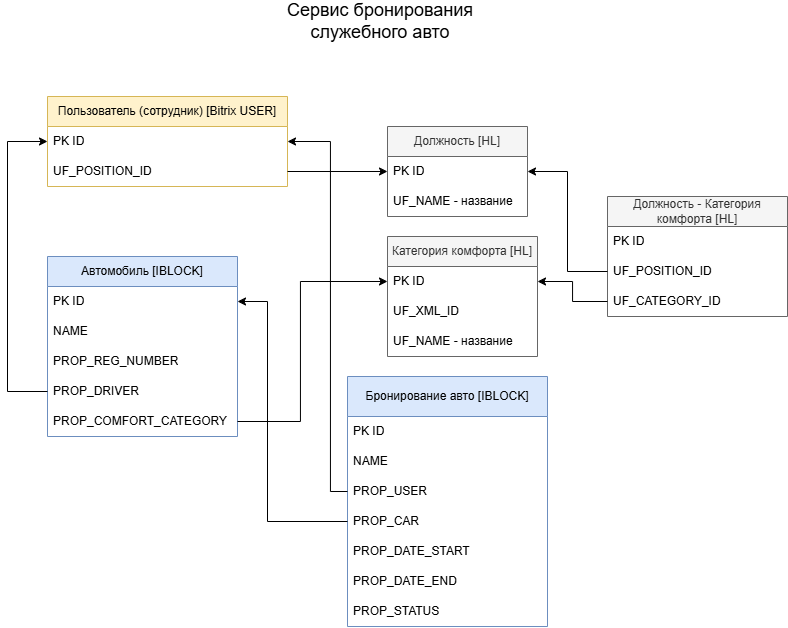
Earlier version of the draw.io export only_test_task.drawio.png (AlexeyZykin/OnlyTest). Source tidied: cells renumbered, new cells last; positions are measured from the earlier drawing's top-left corner, leaving out a move shared by most shapes.
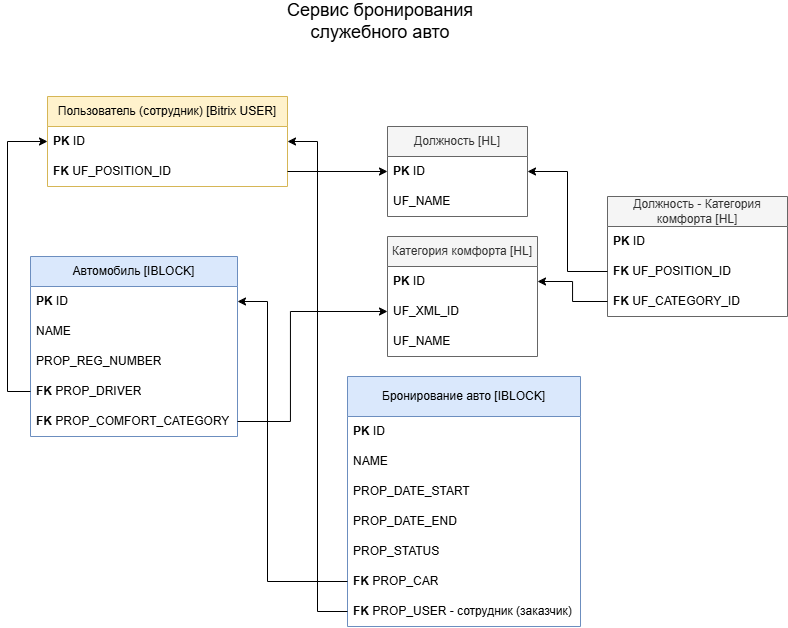
The same diagram one commit later.

Diff of the diagram source:
```diff
@@ -5,86 +5,86 @@
     <mxCell id="2" value="Пользователь (сотрудник) [Bitrix USER]" style="swimlane;fontStyle=0;horizontal=1;startSize=30;whiteSpace=wrap;html=1;fillColor=#fff2cc;strokeColor=#d6b656;" parent="1" vertex="1">
       <mxGeometry x="40" y="90" width="240" height="90" as="geometry" />
     </mxCell>
-    <mxCell id="3" value="PK ID" style="text;strokeColor=none;fillColor=none;align=left;verticalAlign=middle;spacingLeft=4;spacingRight=4;overflow=hidden;points=[[0,0.5],[1,0.5]];portConstraint=eastwest;whiteSpace=wrap;html=1;" parent="2" vertex="1">
+    <mxCell id="3" value="&lt;b&gt;PK&lt;/b&gt; ID" style="text;strokeColor=none;fillColor=none;align=left;verticalAlign=middle;spacingLeft=4;spacingRight=4;overflow=hidden;points=[[0,0.5],[1,0.5]];portConstraint=eastwest;whiteSpace=wrap;html=1;" parent="2" vertex="1">
       <mxGeometry y="30" width="240" height="30" as="geometry" />
     </mxCell>
-    <mxCell id="4" value="UF_POSITION_ID" style="text;strokeColor=none;fillColor=none;align=left;verticalAlign=middle;spacingLeft=4;spacingRight=4;overflow=hidden;points=[[0,0.5],[1,0.5]];portConstraint=eastwest;whiteSpace=wrap;html=1;" parent="2" vertex="1">
+    <mxCell id="4" value="&lt;b&gt;FK&lt;/b&gt; UF_POSITION_ID" style="text;strokeColor=none;fillColor=none;align=left;verticalAlign=middle;spacingLeft=4;spacingRight=4;overflow=hidden;points=[[0,0.5],[1,0.5]];portConstraint=eastwest;whiteSpace=wrap;html=1;" parent="2" vertex="1">
       <mxGeometry y="60" width="240" height="30" as="geometry" />
     </mxCell>
     <mxCell id="5" value="Должность [HL]" style="swimlane;fontStyle=0;horizontal=1;startSize=30;whiteSpace=wrap;html=1;fillColor=#f5f5f5;fontColor=#333333;strokeColor=#666666;" parent="1" vertex="1">
       <mxGeometry x="380" y="120" width="140" height="90" as="geometry" />
     </mxCell>
-    <mxCell id="6" value="PK ID" style="text;align=left;verticalAlign=middle;spacingLeft=4;spacingRight=4;overflow=hidden;points=[[0,0.5],[1,0.5]];portConstraint=eastwest;whiteSpace=wrap;html=1;" parent="5" vertex="1">
+    <mxCell id="6" value="&lt;b&gt;PK&lt;/b&gt; ID" style="text;align=left;verticalAlign=middle;spacingLeft=4;spacingRight=4;overflow=hidden;points=[[0,0.5],[1,0.5]];portConstraint=eastwest;whiteSpace=wrap;html=1;" parent="5" vertex="1">
       <mxGeometry y="30" width="140" height="30" as="geometry" />
     </mxCell>
-    <mxCell id="7" value="UF_NAME - название" style="text;align=left;verticalAlign=middle;spacingLeft=4;spacingRight=4;overflow=hidden;whiteSpace=wrap;html=1;" parent="5" vertex="1">
+    <mxCell id="7" value="UF_NAME&amp;nbsp;" style="text;align=left;verticalAlign=middle;spacingLeft=4;spacingRight=4;overflow=hidden;whiteSpace=wrap;html=1;" parent="5" vertex="1">
       <mxGeometry y="60" width="140" height="30" as="geometry" />
     </mxCell>
     <mxCell id="8" value="Категория комфорта [HL]" style="swimlane;fontStyle=0;horizontal=1;startSize=30;whiteSpace=wrap;html=1;fillColor=#f5f5f5;fontColor=#333333;strokeColor=#666666;" parent="1" vertex="1">
       <mxGeometry x="380" y="230" width="150" height="120" as="geometry" />
     </mxCell>
-    <mxCell id="9" value="PK ID" style="text;align=left;verticalAlign=middle;spacingLeft=4;spacingRight=4;overflow=hidden;points=[[0,0.5],[1,0.5]];portConstraint=eastwest;whiteSpace=wrap;html=1;" parent="8" vertex="1">
+    <mxCell id="9" value="&lt;b&gt;PK&lt;/b&gt; ID" style="text;align=left;verticalAlign=middle;spacingLeft=4;spacingRight=4;overflow=hidden;points=[[0,0.5],[1,0.5]];portConstraint=eastwest;whiteSpace=wrap;html=1;" parent="8" vertex="1">
       <mxGeometry y="30" width="150" height="30" as="geometry" />
     </mxCell>
     <mxCell id="10" value="UF_XML_ID" style="text;align=left;verticalAlign=middle;spacingLeft=4;spacingRight=4;overflow=hidden;points=[[0,0.5],[1,0.5]];portConstraint=eastwest;whiteSpace=wrap;html=1;" parent="8" vertex="1">
       <mxGeometry y="60" width="150" height="30" as="geometry" />
     </mxCell>
-    <mxCell id="11" value="UF_NAME - название" style="text;align=left;verticalAlign=middle;spacingLeft=4;spacingRight=4;overflow=hidden;whiteSpace=wrap;html=1;" parent="8" vertex="1">
+    <mxCell id="11" value="UF_NAME" style="text;align=left;verticalAlign=middle;spacingLeft=4;spacingRight=4;overflow=hidden;whiteSpace=wrap;html=1;" parent="8" vertex="1">
       <mxGeometry y="90" width="150" height="30" as="geometry" />
     </mxCell>
     <mxCell id="12" value="Должность - Категория комфорта [HL]" style="swimlane;fontStyle=0;horizontal=1;startSize=30;whiteSpace=wrap;html=1;fillColor=#f5f5f5;fontColor=#333333;strokeColor=#666666;" parent="1" vertex="1">
       <mxGeometry x="600" y="190" width="180" height="120" as="geometry" />
     </mxCell>
-    <mxCell id="13" value="PK ID" style="text;align=left;verticalAlign=middle;spacingLeft=4;spacingRight=4;overflow=hidden;whiteSpace=wrap;html=1;" parent="12" vertex="1">
+    <mxCell id="13" value="&lt;b&gt;PK&lt;/b&gt; ID" style="text;align=left;verticalAlign=middle;spacingLeft=4;spacingRight=4;overflow=hidden;whiteSpace=wrap;html=1;" parent="12" vertex="1">
       <mxGeometry y="30" width="180" height="30" as="geometry" />
     </mxCell>
-    <mxCell id="14" value="UF_POSITION_ID" style="text;align=left;verticalAlign=middle;spacingLeft=4;spacingRight=4;overflow=hidden;points=[[0,0.5],[1,0.5]];portConstraint=eastwest;whiteSpace=wrap;html=1;" parent="12" vertex="1">
+    <mxCell id="14" value="&lt;b&gt;FK &lt;/b&gt;UF_POSITION_ID" style="text;align=left;verticalAlign=middle;spacingLeft=4;spacingRight=4;overflow=hidden;points=[[0,0.5],[1,0.5]];portConstraint=eastwest;whiteSpace=wrap;html=1;" parent="12" vertex="1">
       <mxGeometry y="60" width="180" height="30" as="geometry" />
     </mxCell>
-    <mxCell id="15" value="UF_CATEGORY_ID" style="text;align=left;verticalAlign=middle;spacingLeft=4;spacingRight=4;overflow=hidden;points=[[0,0.5],[1,0.5]];portConstraint=eastwest;whiteSpace=wrap;html=1;" parent="12" vertex="1">
+    <mxCell id="15" value="&lt;b&gt;FK &lt;/b&gt;UF_CATEGORY_ID" style="text;align=left;verticalAlign=middle;spacingLeft=4;spacingRight=4;overflow=hidden;points=[[0,0.5],[1,0.5]];portConstraint=eastwest;whiteSpace=wrap;html=1;" parent="12" vertex="1">
       <mxGeometry y="90" width="180" height="30" as="geometry" />
     </mxCell>
     <mxCell id="16" value="Бронирование авто [IBLOCK]" style="swimlane;fontStyle=0;horizontal=1;startSize=40;whiteSpace=wrap;html=1;fillColor=#dae8fc;strokeColor=#6c8ebf;" parent="1" vertex="1">
-      <mxGeometry x="340" y="370" width="200" height="250" as="geometry" />
+      <mxGeometry x="340" y="370" width="233" height="250" as="geometry" />
     </mxCell>
-    <mxCell id="17" value="PK ID" style="text;strokeColor=none;fillColor=none;align=left;verticalAlign=middle;spacingLeft=4;spacingRight=4;overflow=hidden;whiteSpace=wrap;html=1;" parent="16" vertex="1">
-      <mxGeometry y="40" width="200" height="30" as="geometry" />
+    <mxCell id="17" value="&lt;b&gt;PK &lt;/b&gt;ID" style="text;strokeColor=none;fillColor=none;align=left;verticalAlign=middle;spacingLeft=4;spacingRight=4;overflow=hidden;whiteSpace=wrap;html=1;" parent="16" vertex="1">
+      <mxGeometry y="40" width="233" height="30" as="geometry" />
     </mxCell>
     <mxCell id="18" value="NAME" style="text;strokeColor=none;fillColor=none;align=left;verticalAlign=middle;spacingLeft=4;spacingRight=4;overflow=hidden;whiteSpace=wrap;html=1;" parent="16" vertex="1">
-      <mxGeometry y="70" width="200" height="30" as="geometry" />
+      <mxGeometry y="70" width="233" height="30" as="geometry" />
     </mxCell>
-    <mxCell id="19" value="PROP_USER" style="text;strokeColor=none;fillColor=none;align=left;verticalAlign=middle;spacingLeft=4;spacingRight=4;overflow=hidden;points=[[0,0.5],[1,0.5]];portConstraint=eastwest;whiteSpace=wrap;html=1;" parent="16" vertex="1">
-      <mxGeometry y="100" width="200" height="30" as="geometry" />
-    </mxCell>
-    <mxCell id="20" value="PROP_CAR" style="text;strokeColor=none;fillColor=none;align=left;verticalAlign=middle;spacingLeft=4;spacingRight=4;overflow=hidden;points=[[0,0.5],[1,0.5]];portConstraint=eastwest;whiteSpace=wrap;html=1;" parent="16" vertex="1">
-      <mxGeometry y="130" width="200" height="30" as="geometry" />
-    </mxCell>
     <mxCell id="21" value="PROP_DATE_START" style="text;strokeColor=none;fillColor=none;align=left;verticalAlign=middle;spacingLeft=4;spacingRight=4;overflow=hidden;whiteSpace=wrap;html=1;" parent="16" vertex="1">
-      <mxGeometry y="160" width="200" height="30" as="geometry" />
+      <mxGeometry y="100" width="233" height="30" as="geometry" />
     </mxCell>
     <mxCell id="22" value="PROP_DATE_END" style="text;strokeColor=none;fillColor=none;align=left;verticalAlign=middle;spacingLeft=4;spacingRight=4;overflow=hidden;whiteSpace=wrap;html=1;" parent="16" vertex="1">
-      <mxGeometry y="190" width="200" height="30" as="geometry" />
+      <mxGeometry y="130" width="233" height="30" as="geometry" />
     </mxCell>
-    <mxCell id="23" value="PROP_STATUS" style="text;strokeColor=none;fillColor=none;align=left;verticalAlign=middle;spacingLeft=4;spacingRight=4;overflow=hidden;whiteSpace=wrap;html=1;" parent="16" vertex="1">
-      <mxGeometry y="220" width="200" height="30" as="geometry" />
+    <mxCell id="23" value="PROP_STATUS&amp;nbsp;" style="text;strokeColor=none;fillColor=none;align=left;verticalAlign=middle;spacingLeft=4;spacingRight=4;overflow=hidden;whiteSpace=wrap;html=1;" parent="16" vertex="1">
+      <mxGeometry y="160" width="233" height="30" as="geometry" />
     </mxCell>
+    <mxCell id="20" value="&lt;b&gt;FK &lt;/b&gt;PROP_CAR" style="text;strokeColor=none;fillColor=none;align=left;verticalAlign=middle;spacingLeft=4;spacingRight=4;overflow=hidden;points=[[0,0.5],[1,0.5]];portConstraint=eastwest;whiteSpace=wrap;html=1;" parent="16" vertex="1">
+      <mxGeometry y="190" width="233" height="30" as="geometry" />
+    </mxCell>
+    <mxCell id="38" value="&lt;b&gt;FK&lt;/b&gt; PROP_USER - сотрудник (заказчик)" style="text;strokeColor=none;fillColor=none;align=left;verticalAlign=middle;spacingLeft=4;spacingRight=4;overflow=hidden;points=[[0,0.5],[1,0.5]];portConstraint=eastwest;whiteSpace=wrap;html=1;" parent="16" vertex="1">
+      <mxGeometry y="220" width="233" height="30" as="geometry" />
+    </mxCell>
     <mxCell id="24" value="Автомобиль [IBLOCK]" style="swimlane;fontStyle=0;horizontal=1;startSize=30;whiteSpace=wrap;html=1;fillColor=#dae8fc;strokeColor=#6c8ebf;" parent="1" vertex="1">
-      <mxGeometry x="40" y="250" width="190" height="180" as="geometry" />
+      <mxGeometry x="23" y="250" width="207" height="180" as="geometry" />
     </mxCell>
-    <mxCell id="25" value="PK ID" style="text;strokeColor=none;fillColor=none;align=left;verticalAlign=middle;spacingLeft=4;spacingRight=4;overflow=hidden;points=[[0,0.5],[1,0.5]];portConstraint=eastwest;whiteSpace=wrap;html=1;" parent="24" vertex="1">
-      <mxGeometry y="30" width="190" height="30" as="geometry" />
+    <mxCell id="25" value="&lt;b&gt;PK&lt;/b&gt; ID" style="text;strokeColor=none;fillColor=none;align=left;verticalAlign=middle;spacingLeft=4;spacingRight=4;overflow=hidden;points=[[0,0.5],[1,0.5]];portConstraint=eastwest;whiteSpace=wrap;html=1;" parent="24" vertex="1">
+      <mxGeometry y="30" width="207" height="30" as="geometry" />
     </mxCell>
     <mxCell id="26" value="NAME" style="text;strokeColor=none;fillColor=none;align=left;verticalAlign=middle;spacingLeft=4;spacingRight=4;overflow=hidden;whiteSpace=wrap;html=1;" parent="24" vertex="1">
-      <mxGeometry y="60" width="190" height="30" as="geometry" />
+      <mxGeometry y="60" width="207" height="30" as="geometry" />
     </mxCell>
     <mxCell id="27" value="PROP_REG_NUMBER" style="text;strokeColor=none;fillColor=none;align=left;verticalAlign=middle;spacingLeft=4;spacingRight=4;overflow=hidden;whiteSpace=wrap;html=1;" parent="24" vertex="1">
-      <mxGeometry y="90" width="190" height="30" as="geometry" />
+      <mxGeometry y="90" width="207" height="30" as="geometry" />
     </mxCell>
-    <mxCell id="28" value="PROP_DRIVER" style="text;strokeColor=none;fillColor=none;align=left;verticalAlign=middle;spacingLeft=4;spacingRight=4;overflow=hidden;points=[[0,0.5],[1,0.5]];portConstraint=eastwest;whiteSpace=wrap;html=1;" parent="24" vertex="1">
-      <mxGeometry y="120" width="190" height="30" as="geometry" />
+    <mxCell id="28" value="&lt;b&gt;FK&lt;/b&gt; PROP_DRIVER" style="text;strokeColor=none;fillColor=none;align=left;verticalAlign=middle;spacingLeft=4;spacingRight=4;overflow=hidden;points=[[0,0.5],[1,0.5]];portConstraint=eastwest;whiteSpace=wrap;html=1;" parent="24" vertex="1">
+      <mxGeometry y="120" width="207" height="30" as="geometry" />
     </mxCell>
-    <mxCell id="29" value="PROP_COMFORT_CATEGORY" style="text;strokeColor=none;fillColor=none;align=left;verticalAlign=middle;spacingLeft=4;spacingRight=4;overflow=hidden;points=[[0,0.5],[1,0.5]];portConstraint=eastwest;whiteSpace=wrap;html=1;" parent="24" vertex="1">
-      <mxGeometry y="150" width="190" height="30" as="geometry" />
+    <mxCell id="29" value="&lt;b&gt;FK&lt;/b&gt; PROP_COMFORT_CATEGORY" style="text;strokeColor=none;fillColor=none;align=left;verticalAlign=middle;spacingLeft=4;spacingRight=4;overflow=hidden;points=[[0,0.5],[1,0.5]];portConstraint=eastwest;whiteSpace=wrap;html=1;" parent="24" vertex="1">
+      <mxGeometry y="150" width="207" height="30" as="geometry" />
     </mxCell>
     <mxCell id="30" style="edgeStyle=orthogonalEdgeStyle;rounded=0;jettySize=auto;html=1;exitX=1;exitY=0.5;exitDx=0;exitDy=0;entryX=0;entryY=0.5;entryDx=0;entryDy=0;" parent="1" edge="1" source="4" target="6">
       <mxGeometry relative="1" as="geometry" />
@@ -103,26 +103,10 @@
         </Array>
       </mxGeometry>
     </mxCell>
-    <mxCell id="34" style="edgeStyle=orthogonalEdgeStyle;rounded=0;jettySize=auto;html=1;exitX=1;exitY=0.5;exitDx=0;exitDy=0;" parent="1" edge="1" source="29" target="9">
-      <mxGeometry relative="1" as="geometry">
-        <Array as="points">
-          <mxPoint x="293" y="415" />
-          <mxPoint x="293" y="275" />
-        </Array>
-      </mxGeometry>
-    </mxCell>
-    <mxCell id="35" style="edgeStyle=orthogonalEdgeStyle;rounded=0;jettySize=auto;html=1;exitX=0;exitY=0.5;exitDx=0;exitDy=0;entryX=1;entryY=0.5;entryDx=0;entryDy=0;" parent="1" edge="1" source="19" target="3">
-      <mxGeometry relative="1" as="geometry">
-        <Array as="points">
-          <mxPoint x="323" y="485" />
-          <mxPoint x="323" y="135" />
-        </Array>
-      </mxGeometry>
-    </mxCell>
     <mxCell id="36" style="edgeStyle=orthogonalEdgeStyle;rounded=0;jettySize=auto;html=1;exitX=0;exitY=0.5;exitDx=0;exitDy=0;entryX=1;entryY=0.5;entryDx=0;entryDy=0;" parent="1" edge="1" source="20" target="25">
       <mxGeometry relative="1" as="geometry">
         <Array as="points">
-          <mxPoint x="260" y="515" />
+          <mxPoint x="260" y="575" />
           <mxPoint x="260" y="295" />
         </Array>
       </mxGeometry>
@@ -130,5 +114,16 @@
     <mxCell id="37" value="&lt;font style=&quot;font-size: 18px;&quot;&gt;Cервис бронирования служебного авто&lt;/font&gt;" style="text;html=1;whiteSpace=wrap;strokeColor=none;fillColor=none;align=center;verticalAlign=middle;rounded=0;" parent="1" vertex="1">
       <mxGeometry x="253" width="240" height="30" as="geometry" />
     </mxCell>
+    <mxCell id="39" style="edgeStyle=orthogonalEdgeStyle;rounded=0;jettySize=auto;html=1;exitX=0;exitY=0.5;exitDx=0;exitDy=0;entryX=1;entryY=0.5;entryDx=0;entryDy=0;" parent="1" edge="1" source="38" target="3">
+      <mxGeometry relative="1" as="geometry" />
+    </mxCell>
+    <mxCell id="40" style="edgeStyle=orthogonalEdgeStyle;rounded=0;jettySize=auto;html=1;exitX=1;exitY=0.5;exitDx=0;exitDy=0;entryX=0;entryY=0.5;entryDx=0;entryDy=0;" parent="1" edge="1" source="29" target="10">
+      <mxGeometry relative="1" as="geometry">
+        <Array as="points">
+          <mxPoint x="283" y="415" />
+          <mxPoint x="283" y="305" />
+        </Array>
+      </mxGeometry>
+    </mxCell>
   </root>
 </mxGraphModel>
```
